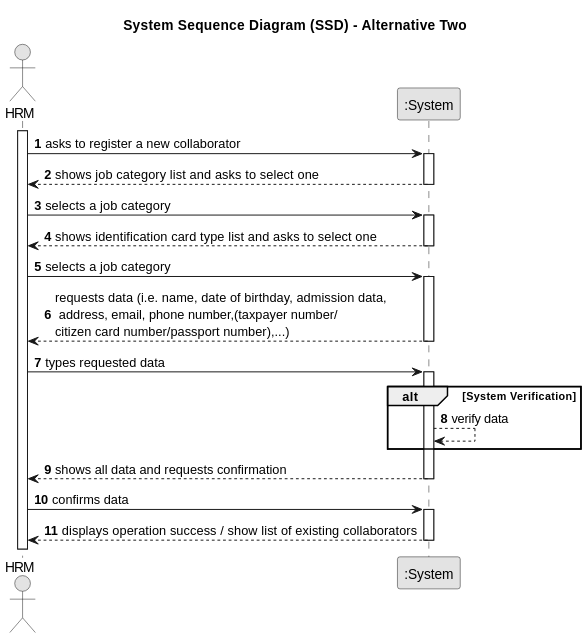
Before: docs/sprintB/us003/01.requirements-engineering/svg/us003-system-sequence-diagram-alternative-two.svg, a diagram exported from PlantUML (francisc-o-liveira/lei-24-s2-1dp-g163). Its diagram source:
```plantuml
@startuml
skinparam monochrome true
skinparam packageStyle rectangle
skinparam shadowing false

title System Sequence Diagram (SSD) - Alternative Two

autonumber

actor "HRM" as Manager
participant ":System" as System

activate Manager

    Manager -> System : asks to register a new collaborator
    activate System

        System --> Manager : shows job category list and asks to select one
    deactivate System

    Manager -> System : selects a job category
    activate System

     System --> Manager : shows identification card type list and asks to select one
        deactivate System

        Manager -> System : selects a job category
        activate System

        System --> Manager : requests data (i.e. name, date of birthday, admission data,\n address, email, phone number,(taxpayer number/\ncitizen card number/passport number),...)
    deactivate System

    Manager -> System : types requested data
    activate System
    alt System Verification
    System --> System : verify data
    end
        System --> Manager :shows all data and requests confirmation
    deactivate System

    Manager -> System : confirms data
    activate System

        System --> Manager : displays operation success / show list of existing collaborators
    deactivate System
@enduml
```
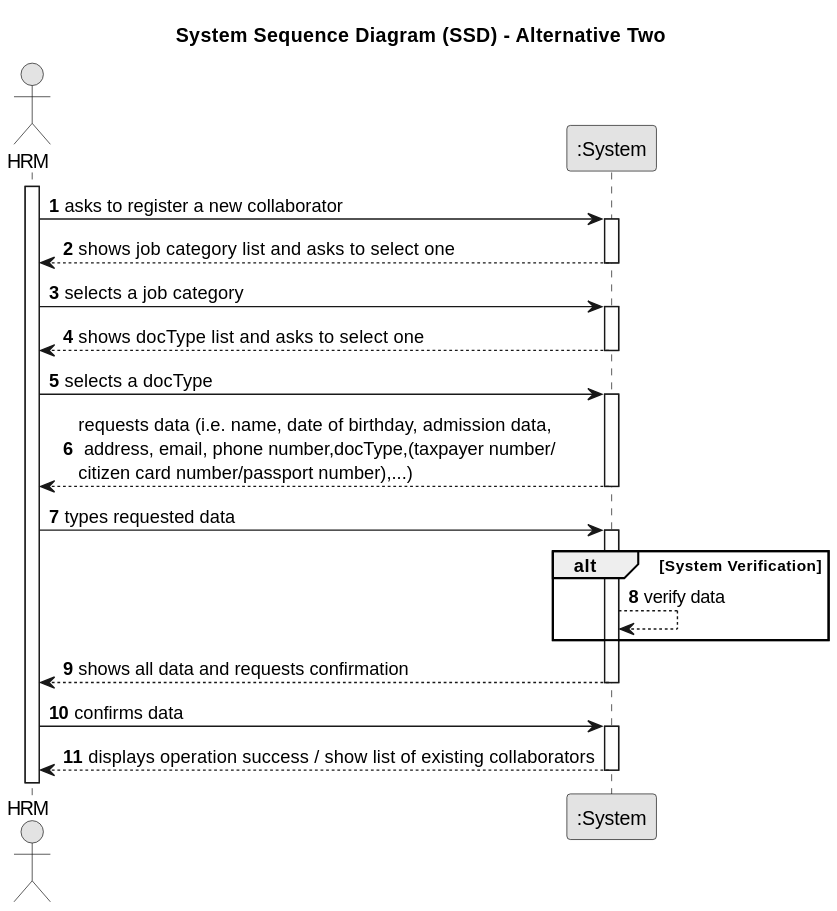
Later version of the same file.

Diff of the diagram source:
```diff
@@ -21,13 +21,13 @@
     Manager -> System : selects a job category
     activate System
 
-     System --> Manager : shows identification card type list and asks to select one
+     System --> Manager : shows docType list and asks to select one
         deactivate System
 
-        Manager -> System : selects a job category
+        Manager -> System : selects a docType
         activate System
 
-        System --> Manager : requests data (i.e. name, date of birthday, admission data,\n address, email, phone number,(taxpayer number/\ncitizen card number/passport number),...)
+        System --> Manager : requests data (i.e. name, date of birthday, admission data,\n address, email, phone number,docType,(taxpayer number/\ncitizen card number/passport number),...)
     deactivate System
 
     Manager -> System : types requested data
```
